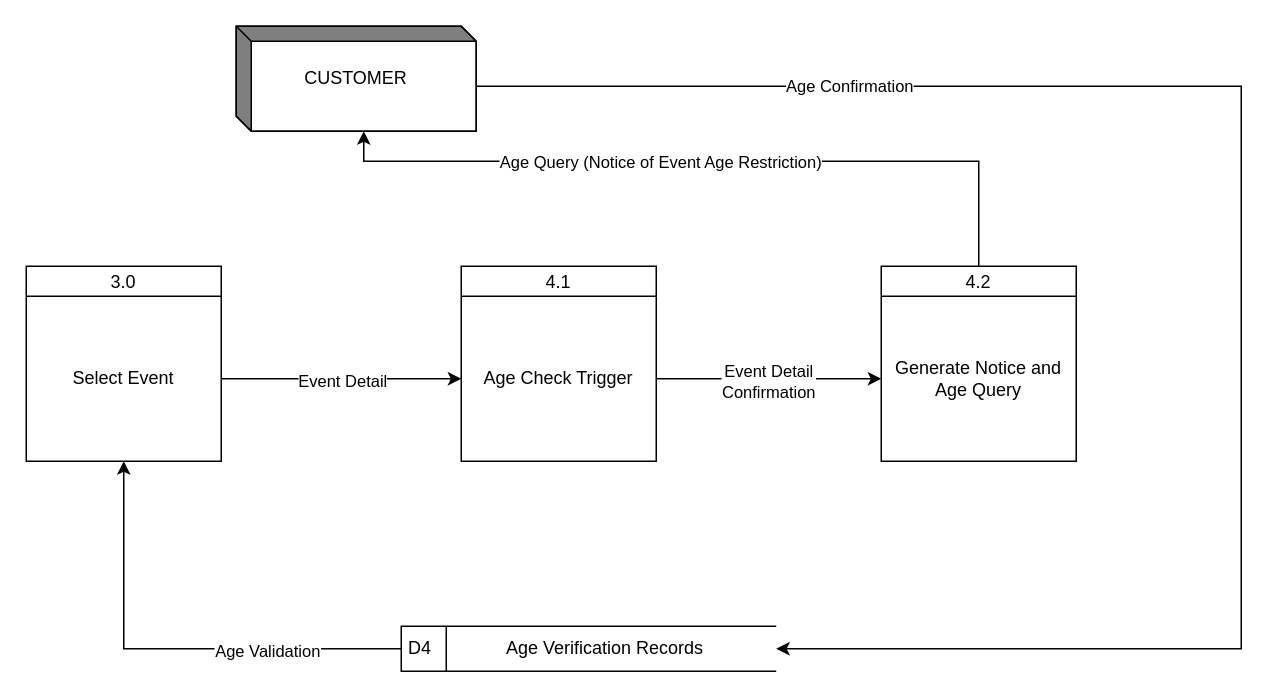
Earlier version of the draw.io diagram DFD lvl 1 (4.0).drawio (JussSelenite/JussSelenite). Source tidied: cells renumbered, new cells numbered last; positions are measured from the earlier drawing's top-left corner, leaving out a move shared by most shapes. Both pictures are drawn from the tidied source at 150%, with x=0, y=0 at pixel (26, 26).
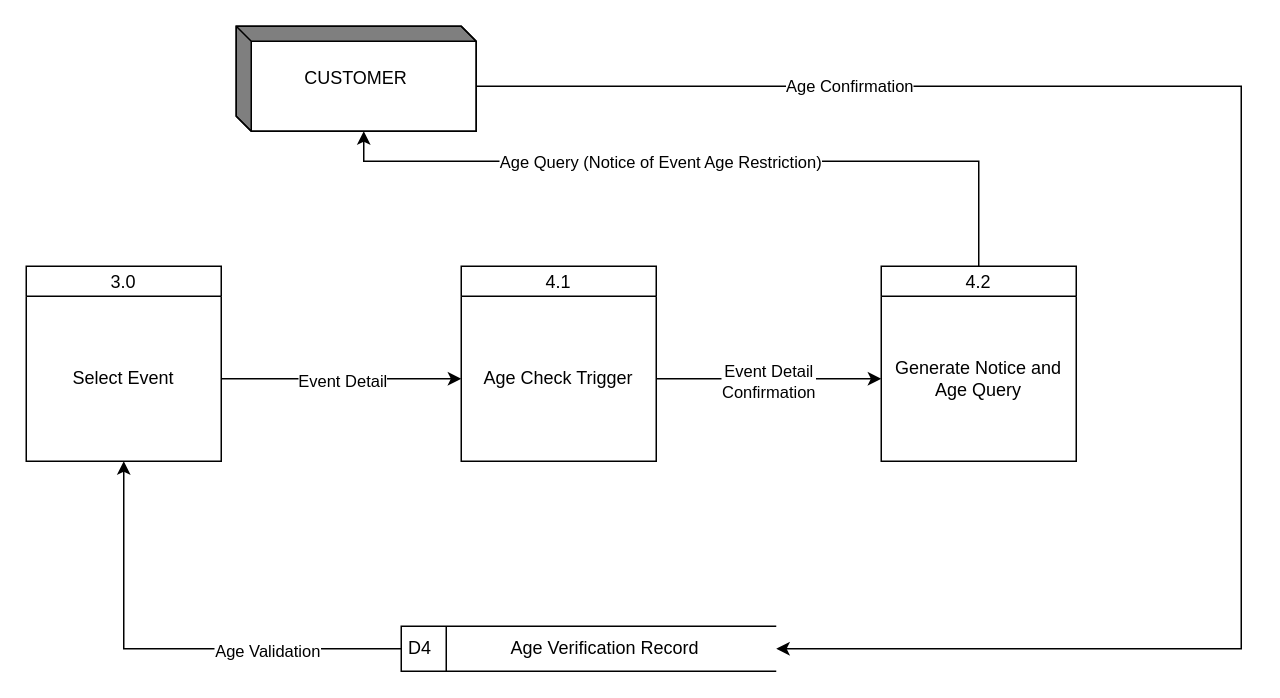
The same diagram, later.

Diff of the diagram source:
```diff
@@
-    <mxCell id="10" value="Age Verification Records" style="text;html=1;strokeColor=none;fillColor=none;align=center;verticalAlign=middle;whiteSpace=wrap;rounded=0;" parent="1" vertex="1">
+    <mxCell id="10" value="Age Verification Record" style="text;html=1;strokeColor=none;fillColor=none;align=center;verticalAlign=middle;whiteSpace=wrap;rounded=0;" parent="1" vertex="1">
       <mxGeometry x="310" y="400" width="151.9" height="30" as="geometry" />
     </mxCell>
```
